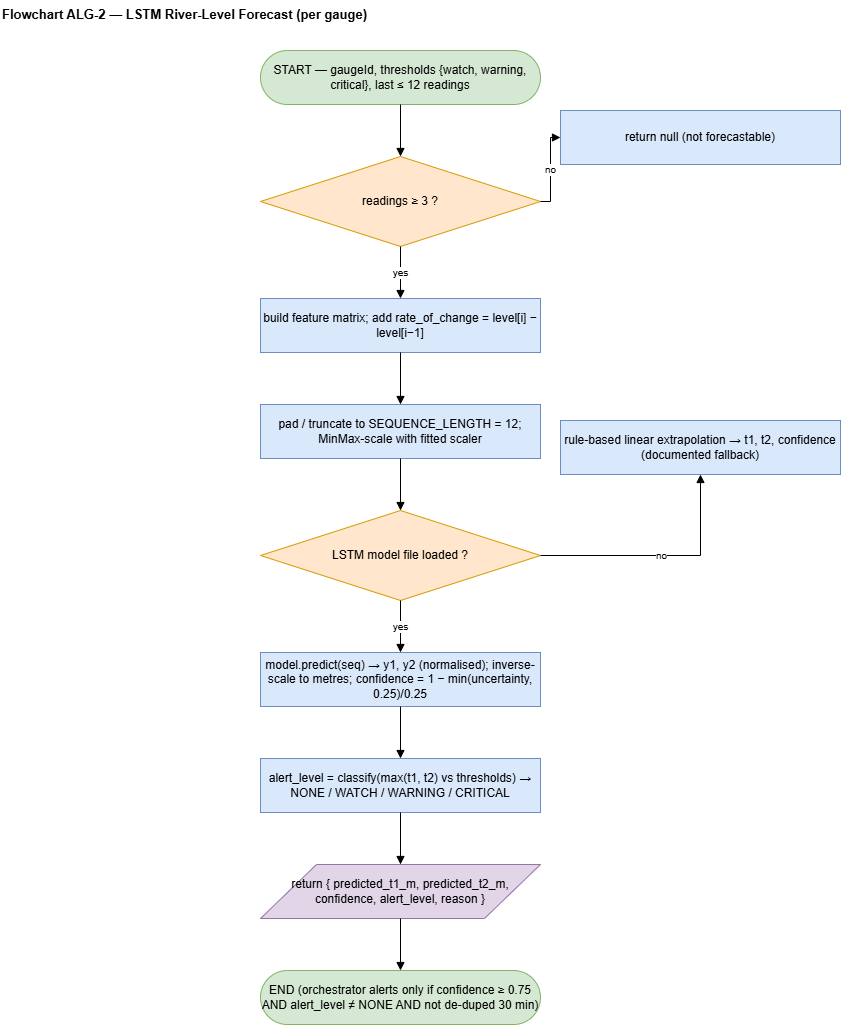
Earlier version of the draw.io export research-report-source/diagrams/pngs/Flowchart_ALG-2_LSTM_Water_Forecast.drawio.png (DeshanDV1003/Suraksha---Web-App). Source tidied: cells renumbered, new cells last; positions are measured from the earlier drawing's top-left corner, leaving out a move shared by most shapes.
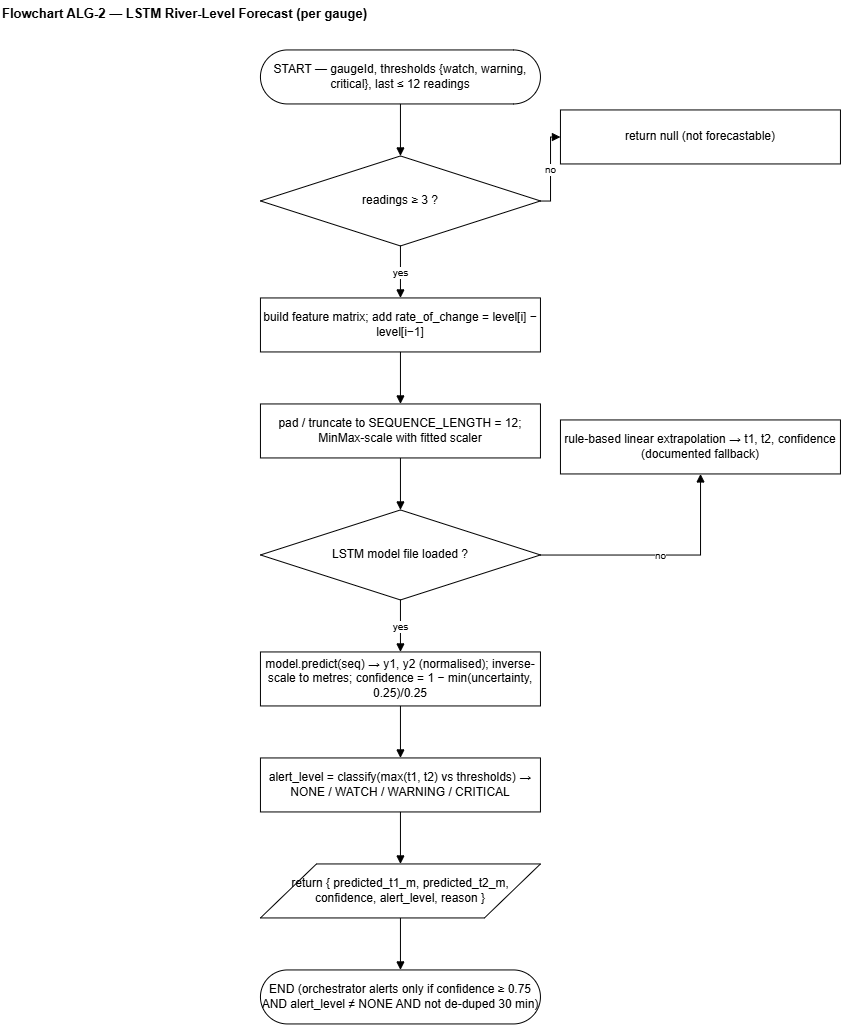
After the change.

Diff of the diagram source:
```diff
@@ -5,37 +5,37 @@
     <mxCell id="2" value="Flowchart ALG-2 — LSTM River-Level Forecast (per gauge)" style="text;html=1;fontStyle=1;fontSize=13;align=left;" parent="1" vertex="1">
       <mxGeometry width="820" height="26" as="geometry" />
     </mxCell>
-    <mxCell id="3" value="START — gaugeId, thresholds {watch, warning, critical}, last ≤ 12 readings" style="rounded=1;arcSize=50;whiteSpace=wrap;html=1;fillColor=#d5e8d4;strokeColor=#82b366;" parent="1" vertex="1">
+    <mxCell id="3" value="START — gaugeId, thresholds {watch, warning, critical}, last ≤ 12 readings" style="rounded=1;arcSize=50;whiteSpace=wrap;html=1;" parent="1" vertex="1">
       <mxGeometry x="260" y="50" width="280" height="54" as="geometry" />
     </mxCell>
-    <mxCell id="4" value="readings ≥ 3 ?" style="rhombus;whiteSpace=wrap;html=1;fillColor=#ffe6cc;strokeColor=#d79b00;" parent="1" vertex="1">
+    <mxCell id="4" value="readings ≥ 3 ?" style="rhombus;whiteSpace=wrap;html=1;" parent="1" vertex="1">
       <mxGeometry x="260" y="156" width="280" height="90" as="geometry" />
     </mxCell>
-    <mxCell id="5" value="return null (not forecastable)" style="rounded=0;whiteSpace=wrap;html=1;fillColor=#dae8fc;strokeColor=#6c8ebf;" parent="1" vertex="1">
+    <mxCell id="5" value="return null (not forecastable)" style="rounded=0;whiteSpace=wrap;html=1;" parent="1" vertex="1">
       <mxGeometry x="560" y="110" width="280" height="54" as="geometry" />
     </mxCell>
-    <mxCell id="6" value="build feature matrix; add rate_of_change = level[i] − level[i−1]" style="rounded=0;whiteSpace=wrap;html=1;fillColor=#dae8fc;strokeColor=#6c8ebf;" parent="1" vertex="1">
+    <mxCell id="6" value="build feature matrix; add rate_of_change = level[i] − level[i−1]" style="rounded=0;whiteSpace=wrap;html=1;" parent="1" vertex="1">
       <mxGeometry x="260" y="298" width="280" height="54" as="geometry" />
     </mxCell>
-    <mxCell id="7" value="pad / truncate to SEQUENCE_LENGTH = 12; MinMax-scale with fitted scaler" style="rounded=0;whiteSpace=wrap;html=1;fillColor=#dae8fc;strokeColor=#6c8ebf;" parent="1" vertex="1">
+    <mxCell id="7" value="pad / truncate to SEQUENCE_LENGTH = 12; MinMax-scale with fitted scaler" style="rounded=0;whiteSpace=wrap;html=1;" parent="1" vertex="1">
       <mxGeometry x="260" y="404" width="280" height="54" as="geometry" />
     </mxCell>
-    <mxCell id="8" value="LSTM model file loaded ?" style="rhombus;whiteSpace=wrap;html=1;fillColor=#ffe6cc;strokeColor=#d79b00;" parent="1" vertex="1">
+    <mxCell id="8" value="LSTM model file loaded ?" style="rhombus;whiteSpace=wrap;html=1;" parent="1" vertex="1">
       <mxGeometry x="260" y="510" width="280" height="90" as="geometry" />
     </mxCell>
-    <mxCell id="9" value="rule-based linear extrapolation → t1, t2, confidence (documented fallback)" style="rounded=0;whiteSpace=wrap;html=1;fillColor=#dae8fc;strokeColor=#6c8ebf;" parent="1" vertex="1">
+    <mxCell id="9" value="rule-based linear extrapolation → t1, t2, confidence (documented fallback)" style="rounded=0;whiteSpace=wrap;html=1;" parent="1" vertex="1">
       <mxGeometry x="560" y="420" width="280" height="54" as="geometry" />
     </mxCell>
-    <mxCell id="10" value="model.predict(seq) → y1, y2 (normalised); inverse-scale to metres; confidence = 1 − min(uncertainty, 0.25)/0.25" style="rounded=0;whiteSpace=wrap;html=1;fillColor=#dae8fc;strokeColor=#6c8ebf;" parent="1" vertex="1">
+    <mxCell id="10" value="model.predict(seq) → y1, y2 (normalised); inverse-scale to metres; confidence = 1 − min(uncertainty, 0.25)/0.25" style="rounded=0;whiteSpace=wrap;html=1;" parent="1" vertex="1">
       <mxGeometry x="260" y="652" width="280" height="54" as="geometry" />
     </mxCell>
-    <mxCell id="11" value="alert_level = classify(max(t1, t2) vs thresholds) → NONE / WATCH / WARNING / CRITICAL" style="rounded=0;whiteSpace=wrap;html=1;fillColor=#dae8fc;strokeColor=#6c8ebf;" parent="1" vertex="1">
+    <mxCell id="11" value="alert_level = classify(max(t1, t2) vs thresholds) → NONE / WATCH / WARNING / CRITICAL" style="rounded=0;whiteSpace=wrap;html=1;" parent="1" vertex="1">
       <mxGeometry x="260" y="758" width="280" height="54" as="geometry" />
     </mxCell>
-    <mxCell id="12" value="return { predicted_t1_m, predicted_t2_m, confidence, alert_level, reason }" style="shape=parallelogram;perimeter=parallelogramPerimeter;whiteSpace=wrap;html=1;fillColor=#e1d5e7;strokeColor=#9673a6;" parent="1" vertex="1">
+    <mxCell id="12" value="return { predicted_t1_m, predicted_t2_m, confidence, alert_level, reason }" style="shape=parallelogram;perimeter=parallelogramPerimeter;whiteSpace=wrap;html=1;" parent="1" vertex="1">
       <mxGeometry x="260" y="864" width="280" height="54" as="geometry" />
     </mxCell>
-    <mxCell id="13" value="END  (orchestrator alerts only if confidence ≥ 0.75 AND alert_level ≠ NONE AND not de-duped 30 min)" style="rounded=1;arcSize=50;whiteSpace=wrap;html=1;fillColor=#d5e8d4;strokeColor=#82b366;" parent="1" vertex="1">
+    <mxCell id="13" value="END  (orchestrator alerts only if confidence ≥ 0.75 AND alert_level ≠ NONE AND not de-duped 30 min)" style="rounded=1;arcSize=50;whiteSpace=wrap;html=1;" parent="1" vertex="1">
       <mxGeometry x="260" y="970" width="280" height="54" as="geometry" />
     </mxCell>
     <mxCell id="14" style="edgeStyle=orthogonalEdgeStyle;rounded=0;html=1;endArrow=block;fontSize=10;" parent="1" edge="1" source="3" target="4">
```
